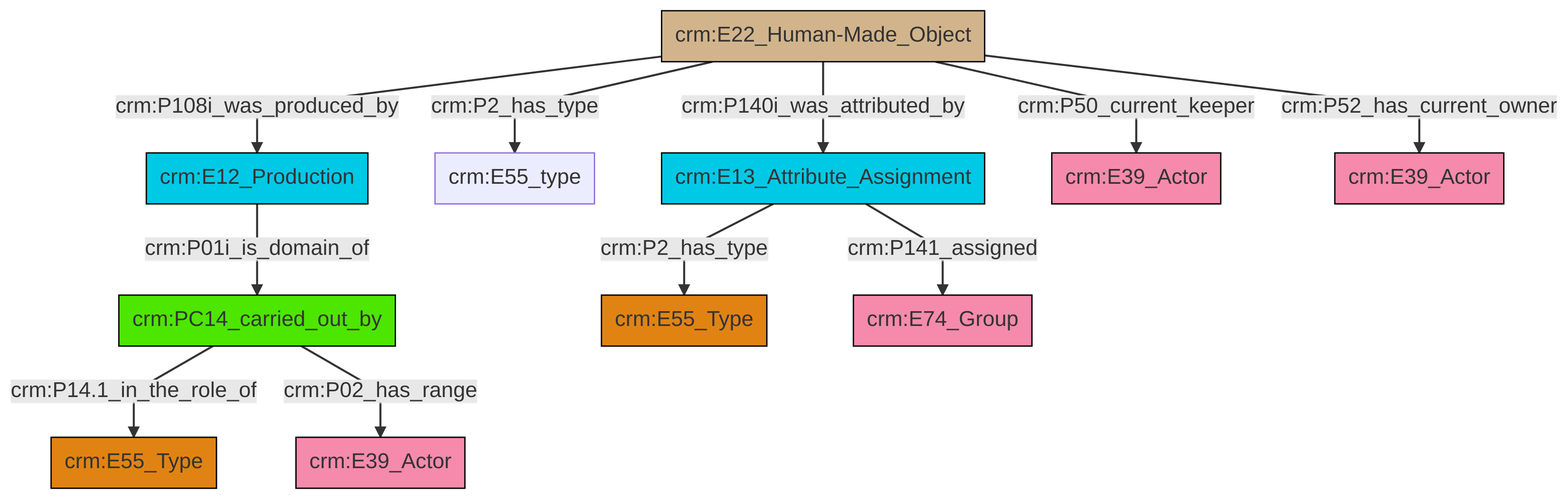
The Mermaid diagram et/artworkCSV/ttl/mmd/png/Artwork_Actor_Relations.png in swiss-art-research-net/reference-data-models, before a commit. Its source is kept beside it as et/artworkCSV/ttl/mmd/Artwork_Actor_Relations.ttl.mmd.
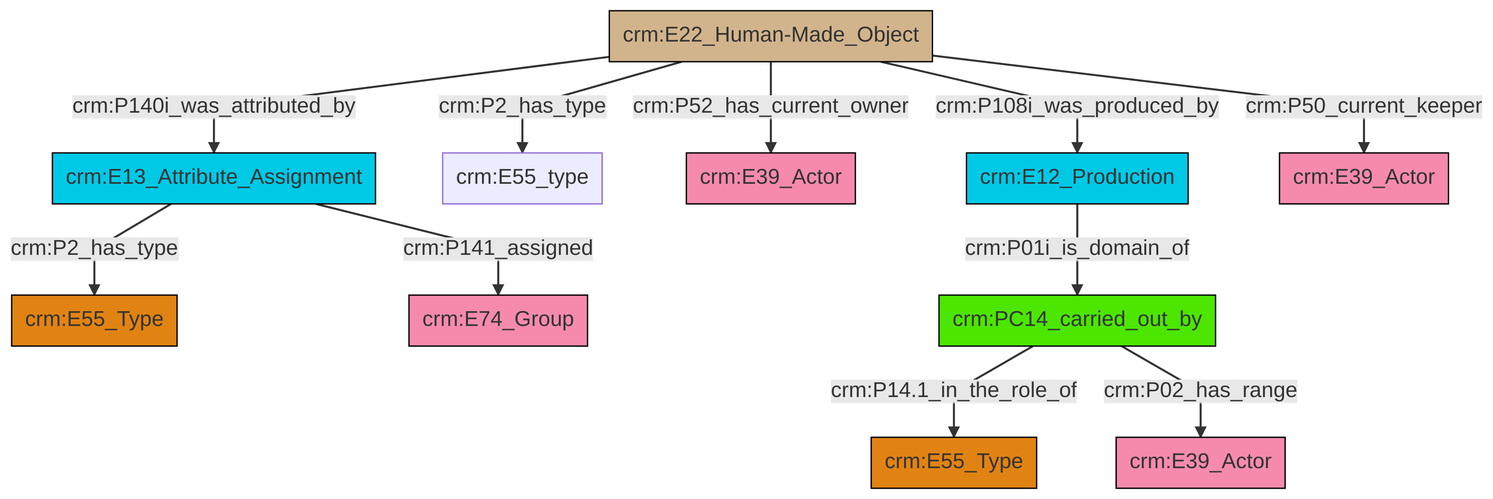
Later version of the same file.

What changed in the source:
```diff
@@ -13,13 +13,13 @@
 classDef PC_Classes fill:#4ce600, stroke:#000000;
 classDef Multi fill:#cccccc,stroke:#000000;
 
-4["crm:E13_Attribute_Assignment"]:::Temporal_Entity -->|crm:P2_has_type| 5["crm:E55_Type"]:::Type
-0["crm:PC14_carried_out_by"]:::PC_Classes -->|crm:P14.1_in_the_role_of| 8["crm:E55_Type"]:::Type
-13["crm:E22_Human-Made_Object"]:::Physical_Thing -->|crm:P140i_was_attributed_by| 4["crm:E13_Attribute_Assignment"]:::Temporal_Entity
-13["crm:E22_Human-Made_Object"]:::Physical_Thing -->|crm:P50_current_keeper| 16["crm:E39_Actor"]:::Actor
-13["crm:E22_Human-Made_Object"]:::Physical_Thing -->|crm:P2_has_type| 6["crm:E55_type"]:::Default
-13["crm:E22_Human-Made_Object"]:::Physical_Thing -->|crm:P52_has_current_owner| 17["crm:E39_Actor"]:::Actor
-13["crm:E22_Human-Made_Object"]:::Physical_Thing -->|crm:P108i_was_produced_by| 9["crm:E12_Production"]:::Temporal_Entity
-9["crm:E12_Production"]:::Temporal_Entity -->|crm:P01i_is_domain_of| 0["crm:PC14_carried_out_by"]:::PC_Classes
-4["crm:E13_Attribute_Assignment"]:::Temporal_Entity -->|crm:P141_assigned| 11["crm:E74_Group"]:::Actor
-0["crm:PC14_carried_out_by"]:::PC_Classes -->|crm:P02_has_range| 2["crm:E39_Actor"]:::Actor
+6["crm:E13_Attribute_Assignment"]:::Temporal_Entity -->|crm:P2_has_type| 7["crm:E55_Type"]:::Type
+8["crm:E22_Human-Made_Object"]:::Physical_Thing -->|crm:P50_current_keeper| 9["crm:E39_Actor"]:::Actor
+0["crm:E12_Production"]:::Temporal_Entity -->|crm:P01i_is_domain_of| 12["crm:PC14_carried_out_by"]:::PC_Classes
+8["crm:E22_Human-Made_Object"]:::Physical_Thing -->|crm:P140i_was_attributed_by| 6["crm:E13_Attribute_Assignment"]:::Temporal_Entity
+8["crm:E22_Human-Made_Object"]:::Physical_Thing -->|crm:P52_has_current_owner| 4["crm:E39_Actor"]:::Actor
+8["crm:E22_Human-Made_Object"]:::Physical_Thing -->|crm:P2_has_type| 2["crm:E55_type"]:::Default
+12["crm:PC14_carried_out_by"]:::PC_Classes -->|crm:P14.1_in_the_role_of| 18["crm:E55_Type"]:::Type
+12["crm:PC14_carried_out_by"]:::PC_Classes -->|crm:P02_has_range| 19["crm:E39_Actor"]:::Actor
+6["crm:E13_Attribute_Assignment"]:::Temporal_Entity -->|crm:P141_assigned| 10["crm:E74_Group"]:::Actor
+8["crm:E22_Human-Made_Object"]:::Physical_Thing -->|crm:P108i_was_produced_by| 0["crm:E12_Production"]:::Temporal_Entity
```
